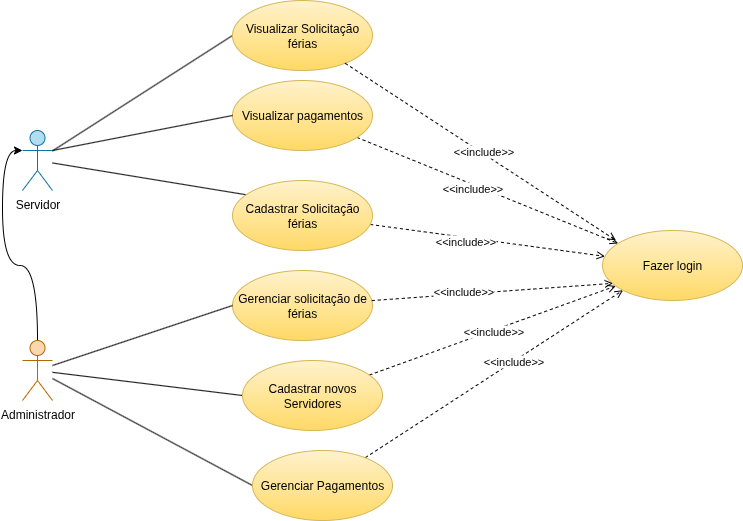
This is vacationManagerAPI/docs/use_cases_diagram.png from Gabrielx47/vacationManager, a draw.io export, as it was before one commit. Source tidied: cells renumbered, new cells last; positions are measured from the earlier drawing's top-left corner, leaving out a move shared by most shapes.
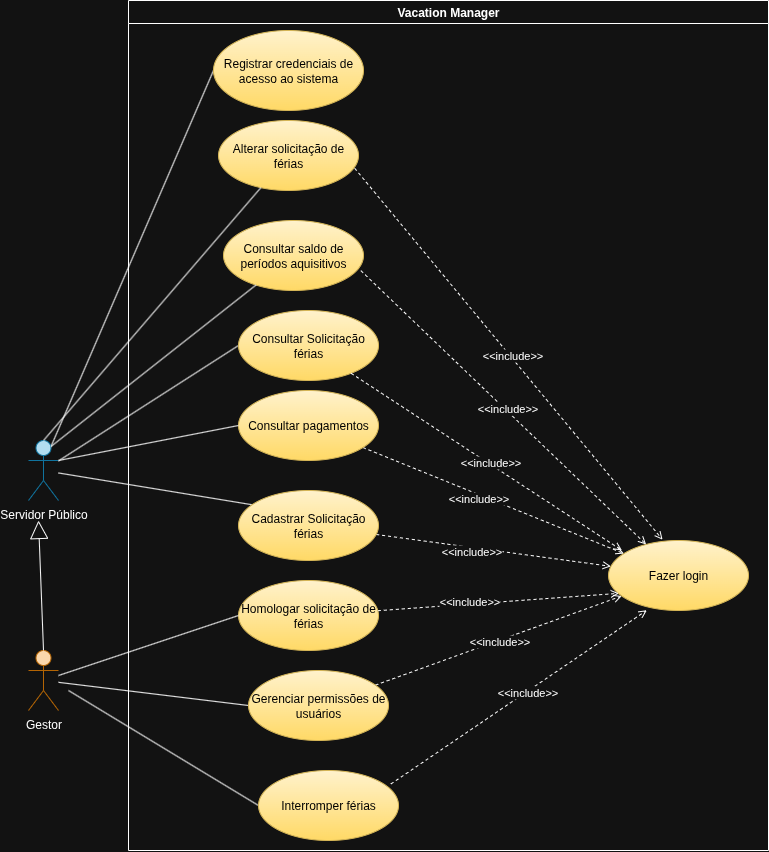
After the commit.

Change to the diagram source:
```diff
@@ -2,7 +2,7 @@
   <root>
     <mxCell id="0" />
     <mxCell id="1" parent="0" />
-    <mxCell id="2" value="&lt;font style=&quot;color: rgb(0, 0, 0);&quot;&gt;Gerenciar solicitação de férias&lt;/font&gt;" style="ellipse;whiteSpace=wrap;html=1;fillColor=#fff2cc;gradientColor=#ffd966;strokeColor=#d6b656;" parent="1" vertex="1">
+    <mxCell id="2" value="&lt;font style=&quot;color: rgb(0, 0, 0);&quot;&gt;Homologar solicitação de férias&lt;/font&gt;" style="ellipse;whiteSpace=wrap;html=1;fillColor=#fff2cc;gradientColor=#ffd966;strokeColor=#d6b656;" parent="1" vertex="1">
       <mxGeometry x="210" y="270" width="140" height="70" as="geometry" />
     </mxCell>
     <mxCell id="3" style="rounded=0;jettySize=auto;html=1;entryX=0;entryY=0.5;entryDx=0;entryDy=0;endArrow=none;endFill=0;" parent="1" edge="1" source="6" target="2">
@@ -11,10 +11,7 @@
     <mxCell id="4" style="rounded=0;jettySize=auto;html=1;entryX=0;entryY=0.5;entryDx=0;entryDy=0;endArrow=none;endFill=0;" parent="1" edge="1" source="6" target="13">
       <mxGeometry relative="1" as="geometry" />
     </mxCell>
-    <mxCell id="5" style="edgeStyle=orthogonalEdgeStyle;rounded=0;jettySize=auto;html=1;entryX=0;entryY=0.3333333333333333;entryDx=0;entryDy=0;entryPerimeter=0;curved=1;" parent="1" edge="1" source="6" target="9">
-      <mxGeometry relative="1" as="geometry" />
-    </mxCell>
-    <mxCell id="6" value="Administrador" style="shape=umlActor;verticalLabelPosition=bottom;verticalAlign=top;html=1;fillColor=#fad7ac;strokeColor=#b46504;" parent="1" vertex="1">
+    <mxCell id="6" value="Gestor" style="shape=umlActor;verticalLabelPosition=bottom;verticalAlign=top;html=1;fillColor=#fad7ac;strokeColor=#b46504;" parent="1" vertex="1">
       <mxGeometry y="340" width="30" height="60" as="geometry" />
     </mxCell>
     <mxCell id="7" style="rounded=0;jettySize=auto;html=1;entryX=1;entryY=0.5;entryDx=0;entryDy=0;endArrow=none;endFill=0;" parent="1" edge="1" source="9" target="11">
@@ -23,7 +20,10 @@
     <mxCell id="8" style="rounded=0;jettySize=auto;html=1;entryX=0;entryY=0.5;entryDx=0;entryDy=0;endArrow=none;endFill=0;" parent="1" edge="1" source="9" target="20">
       <mxGeometry relative="1" as="geometry" />
     </mxCell>
+    <mxCell id="30" style="rounded=0;jettySize=auto;html=1;exitX=0.75;exitY=0.1;exitDx=0;exitDy=0;exitPerimeter=0;entryX=0;entryY=0.5;entryDx=0;entryDy=0;endArrow=none;endFill=0;" parent="1" edge="1" source="9" target="31">
+      <mxGeometry relative="1" as="geometry" />
+    </mxCell>
-    <mxCell id="9" value="Servidor" style="shape=umlActor;verticalLabelPosition=bottom;verticalAlign=top;html=1;fillColor=#b1ddf0;strokeColor=#10739e;" parent="1" vertex="1">
+    <mxCell id="9" value="Servidor Público" style="shape=umlActor;verticalLabelPosition=bottom;verticalAlign=top;html=1;fillColor=#b1ddf0;strokeColor=#10739e;" parent="1" vertex="1">
       <mxGeometry y="130" width="30" height="60" as="geometry" />
     </mxCell>
     <mxCell id="10" style="rounded=0;jettySize=auto;html=1;dashed=1;endArrow=open;endFill=0;" parent="1" edge="1" source="11" target="21">
@@ -35,28 +35,19 @@
     <mxCell id="12" style="rounded=0;jettySize=auto;html=1;endArrow=open;endFill=0;dashed=1;" parent="1" edge="1" source="13" target="21">
       <mxGeometry relative="1" as="geometry" />
     </mxCell>
-    <mxCell id="13" value="&lt;font style=&quot;color: rgb(0, 0, 0);&quot;&gt;Cadastrar novos Servidores&lt;/font&gt;" style="ellipse;whiteSpace=wrap;html=1;fillColor=#fff2cc;gradientColor=#ffd966;strokeColor=#d6b656;" parent="1" vertex="1">
+    <mxCell id="13" value="&lt;font style=&quot;color: rgb(0, 0, 0);&quot;&gt;Gerenciar permissões de usuários&lt;/font&gt;" style="ellipse;whiteSpace=wrap;html=1;fillColor=#fff2cc;gradientColor=#ffd966;strokeColor=#d6b656;" parent="1" vertex="1">
       <mxGeometry x="220" y="360" width="140" height="70" as="geometry" />
     </mxCell>
-    <mxCell id="14" style="rounded=0;jettySize=auto;html=1;exitX=0;exitY=0.5;exitDx=0;exitDy=0;endArrow=none;endFill=0;" parent="1" edge="1" source="16" target="6">
-      <mxGeometry relative="1" as="geometry" />
-    </mxCell>
-    <mxCell id="15" style="rounded=0;jettySize=auto;html=1;entryX=0;entryY=1;entryDx=0;entryDy=0;dashed=1;endArrow=open;endFill=0;" parent="1" edge="1" source="16" target="21">
-      <mxGeometry relative="1" as="geometry" />
-    </mxCell>
-    <mxCell id="16" value="&lt;font style=&quot;color: rgb(0, 0, 0);&quot;&gt;Gerenciar Pagamentos&lt;/font&gt;" style="ellipse;whiteSpace=wrap;html=1;fillColor=#fff2cc;gradientColor=#ffd966;strokeColor=#d6b656;" parent="1" vertex="1">
-      <mxGeometry x="230" y="450" width="140" height="70" as="geometry" />
-    </mxCell>
     <mxCell id="17" style="rounded=0;jettySize=auto;html=1;endArrow=open;endFill=0;dashed=1;" parent="1" edge="1" source="18" target="21">
       <mxGeometry relative="1" as="geometry" />
     </mxCell>
-    <mxCell id="18" value="&lt;font style=&quot;color: rgb(0, 0, 0);&quot;&gt;Visualizar pagamentos&lt;/font&gt;" style="ellipse;whiteSpace=wrap;html=1;fillColor=#fff2cc;strokeColor=#d6b656;gradientColor=#ffd966;" parent="1" vertex="1">
+    <mxCell id="18" value="&lt;font style=&quot;color: rgb(0, 0, 0);&quot;&gt;Consultar pagamentos&lt;/font&gt;" style="ellipse;whiteSpace=wrap;html=1;fillColor=#fff2cc;strokeColor=#d6b656;gradientColor=#ffd966;" parent="1" vertex="1">
       <mxGeometry x="210" y="80" width="140" height="70" as="geometry" />
     </mxCell>
     <mxCell id="19" style="rounded=0;jettySize=auto;html=1;exitX=0;exitY=0.5;exitDx=0;exitDy=0;entryX=1;entryY=0.3333333333333333;entryDx=0;entryDy=0;entryPerimeter=0;endArrow=none;endFill=0;" parent="1" edge="1" source="18" target="9">
       <mxGeometry relative="1" as="geometry" />
     </mxCell>
-    <mxCell id="20" value="&lt;span style=&quot;color: rgb(0, 0, 0);&quot;&gt;Visualizar Solicitação férias&lt;/span&gt;" style="ellipse;whiteSpace=wrap;html=1;fillColor=#fff2cc;strokeColor=#d6b656;gradientColor=#ffd966;" parent="1" vertex="1">
+    <mxCell id="20" value="&lt;span style=&quot;color: rgb(0, 0, 0);&quot;&gt;Consultar Solicitação férias&lt;/span&gt;" style="ellipse;whiteSpace=wrap;html=1;fillColor=#fff2cc;strokeColor=#d6b656;gradientColor=#ffd966;" parent="1" vertex="1">
       <mxGeometry x="210" width="140" height="70" as="geometry" />
     </mxCell>
     <mxCell id="21" value="&lt;font style=&quot;color: rgb(0, 0, 0);&quot;&gt;Fazer login&lt;/font&gt;" style="ellipse;whiteSpace=wrap;html=1;fillColor=#fff2cc;gradientColor=#ffd966;strokeColor=#d6b656;" parent="1" vertex="1">
@@ -87,8 +78,54 @@
     <mxCell id="28" value="&amp;lt;&amp;lt;include&amp;gt;&amp;gt;" style="edgeLabel;html=1;align=center;verticalAlign=middle;" parent="1" vertex="1">
       <mxGeometry x="470" y="330" as="geometry" />
     </mxCell>
-    <mxCell id="29" value="&amp;lt;&amp;lt;include&amp;gt;&amp;gt;" style="edgeLabel;html=1;align=center;verticalAlign=middle;" parent="1" vertex="1">
-      <mxGeometry x="490" y="360" as="geometry" />
-    </mxCell>
+    <mxCell id="31" value="&lt;font style=&quot;color: rgb(0, 0, 0);&quot;&gt;Registrar credenciais de acesso ao sistema&lt;/font&gt;" style="ellipse;whiteSpace=wrap;html=1;fillColor=#fff2cc;strokeColor=#d6b656;gradientColor=#ffd966;fontColor=#000000;" parent="1" vertex="1">
+      <mxGeometry x="185" y="-280" width="150" height="80" as="geometry" />
+    </mxCell>
+    <mxCell id="32" style="endArrow=block;endSize=16;endFill=0;html=1;rounded=0;exitX=0.5;exitY=0;exitDx=0;exitDy=0;exitPerimeter=0;" parent="1" edge="1" source="6">
+      <mxGeometry relative="1" as="geometry">
+        <mxPoint x="10" y="210" as="targetPoint" />
+      </mxGeometry>
+    </mxCell>
+    <mxCell id="33" style="rounded=0;jettySize=auto;html=1;exitX=0;exitY=0.5;exitDx=0;exitDy=0;endArrow=none;endFill=0;" parent="1" edge="1" source="34">
+      <mxGeometry relative="1" as="geometry">
+        <mxPoint x="40" y="380" as="targetPoint" />
+      </mxGeometry>
+    </mxCell>
+    <mxCell id="34" value="Interromper férias" style="ellipse;whiteSpace=wrap;html=1;fillColor=#fff2cc;strokeColor=#d6b656;gradientColor=#ffd966;fontColor=#000000;" parent="1" vertex="1">
+      <mxGeometry x="230" y="460" width="140" height="70" as="geometry" />
+    </mxCell>
+    <mxCell id="35" style="rounded=0;jettySize=auto;html=1;endArrow=open;endFill=0;dashed=1;exitX=0.946;exitY=0.192;exitDx=0;exitDy=0;exitPerimeter=0;entryX=0.274;entryY=0.996;entryDx=0;entryDy=0;entryPerimeter=0;" parent="1" edge="1" source="34" target="21">
+      <mxGeometry relative="1" as="geometry" />
+    </mxCell>
+    <mxCell id="36" value="&amp;lt;&amp;lt;include&amp;gt;&amp;gt;" style="edgeLabel;html=1;align=center;verticalAlign=middle;" parent="35" vertex="1">
+      <mxGeometry x="0.06" relative="1" as="geometry" />
+    </mxCell>
+    <mxCell id="37" value="&lt;span style=&quot;color: rgb(0, 0, 0);&quot;&gt;Consultar saldo de períodos aquisitivos&lt;/span&gt;" style="ellipse;whiteSpace=wrap;html=1;fillColor=#fff2cc;strokeColor=#d6b656;gradientColor=#ffd966;" parent="1" vertex="1">
+      <mxGeometry x="195" y="-90" width="140" height="70" as="geometry" />
+    </mxCell>
+    <mxCell id="38" style="rounded=0;jettySize=auto;html=1;entryX=0.75;entryY=0.1;entryDx=0;entryDy=0;entryPerimeter=0;endArrow=none;endFill=0;" parent="1" edge="1" source="37" target="9">
+      <mxGeometry relative="1" as="geometry" />
+    </mxCell>
+    <mxCell id="39" style="rounded=0;jettySize=auto;html=1;endArrow=open;endFill=0;dashed=1;exitX=0.981;exitY=0.716;exitDx=0;exitDy=0;exitPerimeter=0;" parent="1" edge="1" source="37" target="21">
+      <mxGeometry relative="1" as="geometry" />
+    </mxCell>
+    <mxCell id="40" value="&amp;lt;&amp;lt;include&amp;gt;&amp;gt;" style="edgeLabel;html=1;align=center;verticalAlign=middle;" parent="39" vertex="1">
+      <mxGeometry x="0.01" y="2" relative="1" as="geometry" />
+    </mxCell>
+    <mxCell id="41" value="&lt;span style=&quot;color: rgb(0, 0, 0);&quot;&gt;Alterar solicitação de férias&lt;/span&gt;" style="ellipse;whiteSpace=wrap;html=1;fillColor=#fff2cc;strokeColor=#d6b656;gradientColor=#ffd966;" parent="1" vertex="1">
+      <mxGeometry x="190" y="-190" width="140" height="70" as="geometry" />
+    </mxCell>
+    <mxCell id="42" style="rounded=0;jettySize=auto;html=1;entryX=0.5;entryY=0;entryDx=0;entryDy=0;entryPerimeter=0;endArrow=none;endFill=0;" parent="1" edge="1" source="41" target="9">
+      <mxGeometry relative="1" as="geometry" />
+    </mxCell>
+    <mxCell id="43" style="rounded=0;jettySize=auto;html=1;endArrow=open;endFill=0;dashed=1;exitX=0.973;exitY=0.683;exitDx=0;exitDy=0;exitPerimeter=0;entryX=0.386;entryY=-0.012;entryDx=0;entryDy=0;entryPerimeter=0;" parent="1" edge="1" source="41" target="21">
+      <mxGeometry relative="1" as="geometry" />
+    </mxCell>
+    <mxCell id="44" value="&amp;lt;&amp;lt;include&amp;gt;&amp;gt;" style="edgeLabel;html=1;align=center;verticalAlign=middle;" parent="43" vertex="1">
+      <mxGeometry x="0.01" y="2" relative="1" as="geometry" />
+    </mxCell>
+    <mxCell id="45" value="Vacation Manager" style="swimlane;" parent="1" vertex="1">
+      <mxGeometry x="100" y="-310" width="640" height="850" as="geometry" />
+    </mxCell>
   </root>
 </mxGraphModel>
```
